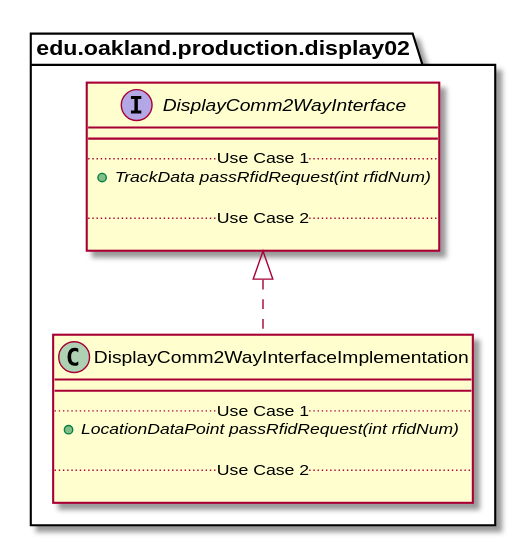
Before: docs/uml-class-diagrams/display02/production/DisplayComm2WayInterfaceImplementation/DisplayComm2WayInterfaceImplementation_Closure.svg, a diagram exported from PlantUML (andrewdimmer/csi-3370-software-project).
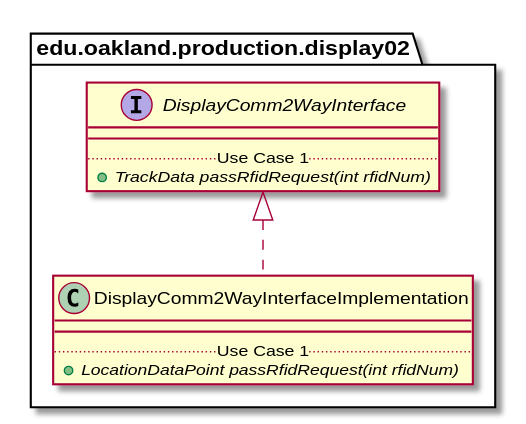
The same file after the commit.

The edit, as a diff of the source:
```diff
@@ -6,9 +6,6 @@
         __
         .. Use Case 1 ..
         {abstract} + LocationDataPoint passRfidRequest(int rfidNum)
-
-        .. Use Case 2 ..
-
     }
 }
 
@@ -20,9 +17,6 @@
         __
         .. Use Case 1 ..
         {abstract} + TrackData passRfidRequest(int rfidNum)
-
-        .. Use Case 2 ..
-
     }
 }
 
```
